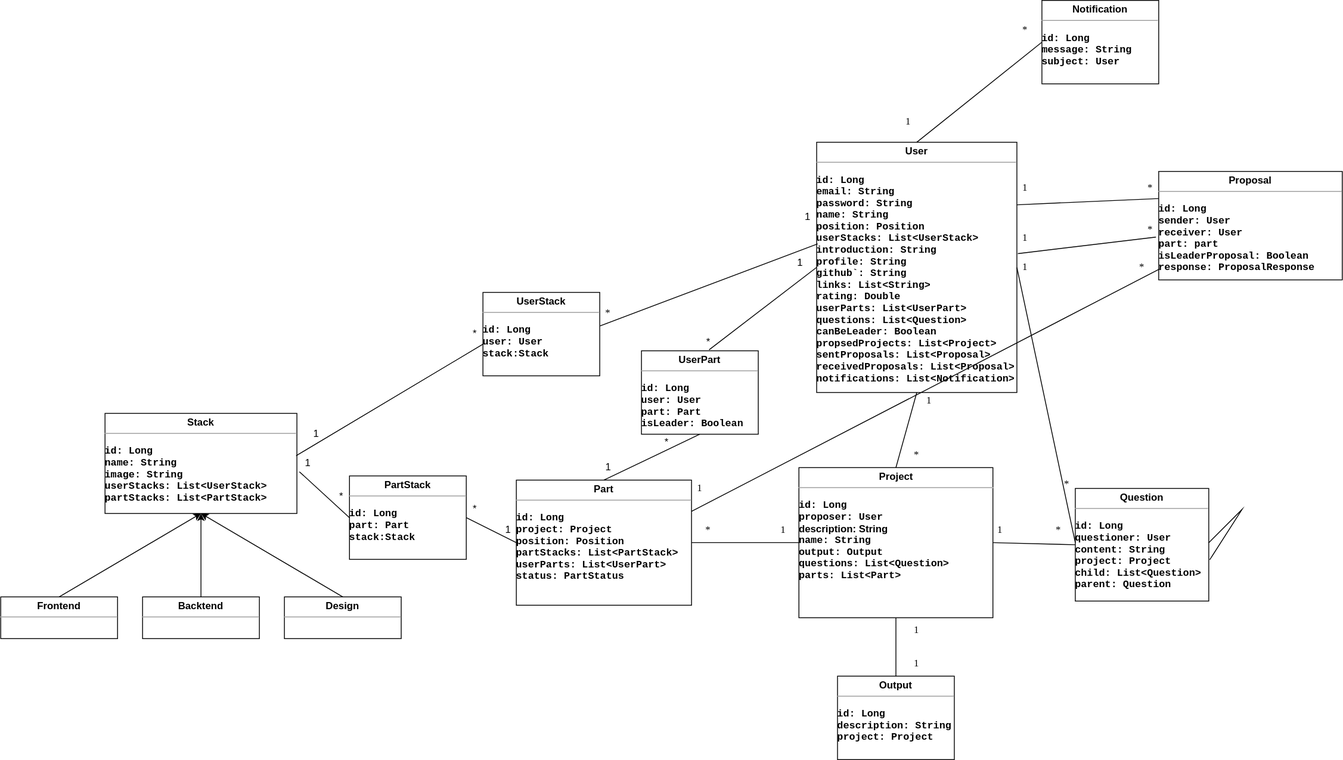
zelo0/cruit keeps this draw.io diagram as entity_diagram.drawio.svg. Above is the earlier version. Source tidied: cells renumbered, new cells last; positions are measured from the earlier drawing's top-left corner, leaving out a move shared by most shapes.
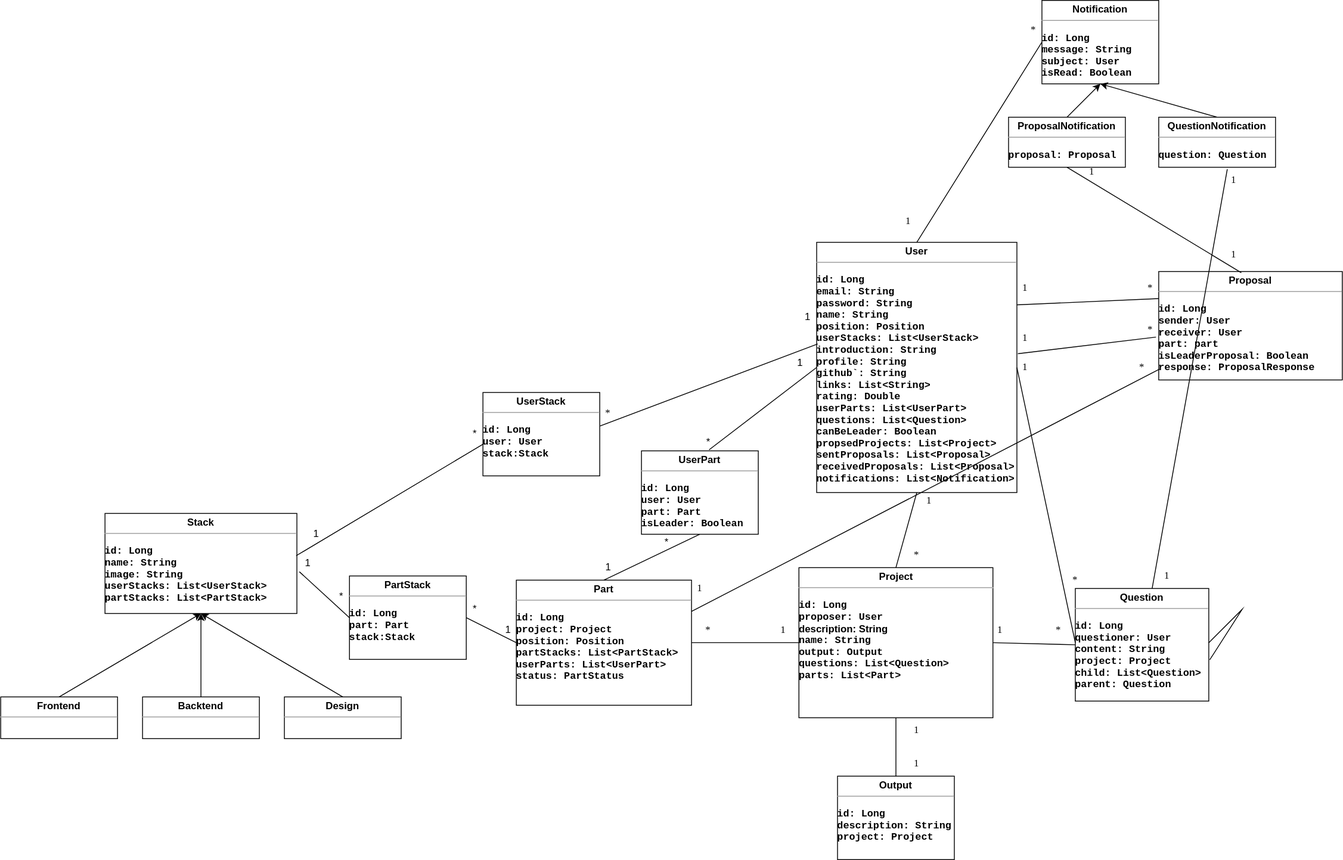
After the change.

Commit message:
notification 상속 클래스 추가

What changed in the source:
```diff
@@ -32,7 +32,7 @@
       <mxGeometry x="1198" y="305" width="60" height="30" as="geometry" />
     </mxCell>
     <mxCell id="11" value="*" style="text;html=1;strokeColor=none;fillColor=none;align=center;verticalAlign=middle;whiteSpace=wrap;rounded=0;labelBackgroundColor=none;labelBorderColor=none;sketch=0;fontFamily=Verdana;fontSize=12;" parent="1" vertex="1">
-      <mxGeometry x="1248" y="565" width="60" height="30" as="geometry" />
+      <mxGeometry x="1258" y="560" width="60" height="30" as="geometry" />
     </mxCell>
     <mxCell id="12" value="*" style="text;html=1;strokeColor=none;fillColor=none;align=center;verticalAlign=middle;whiteSpace=wrap;rounded=0;labelBackgroundColor=none;labelBorderColor=none;sketch=0;fontFamily=Verdana;fontSize=12;" parent="1" vertex="1">
       <mxGeometry x="1238" y="620" width="60" height="30" as="geometry" />
@@ -189,8 +189,8 @@
     <mxCell id="61" value="*" style="text;html=1;strokeColor=none;fillColor=none;align=center;verticalAlign=middle;whiteSpace=wrap;rounded=0;labelBackgroundColor=none;labelBorderColor=none;sketch=0;fontFamily=Verdana;fontSize=12;" parent="1" vertex="1">
       <mxGeometry x="1338" y="305" width="60" height="30" as="geometry" />
     </mxCell>
-    <mxCell id="62" value="&lt;p style=&quot;margin: 0px ; margin-top: 4px ; text-align: center&quot;&gt;&lt;b&gt;Notification&lt;/b&gt;&lt;/p&gt;&lt;hr size=&quot;1&quot;&gt;&lt;p&gt;&lt;/p&gt;&lt;pre style=&quot;height: 2px ; line-height: 1.5&quot;&gt;&lt;b&gt;id: Long&lt;/b&gt;&lt;/pre&gt;&lt;pre style=&quot;height: 2px ; line-height: 1.5&quot;&gt;&lt;b&gt;message: String&lt;/b&gt;&lt;/pre&gt;&lt;pre style=&quot;height: 2px ; line-height: 1.5&quot;&gt;&lt;b&gt;subject: User&lt;/b&gt;&lt;/pre&gt;&lt;p&gt;&lt;/p&gt;" style="verticalAlign=top;align=left;overflow=fill;fontSize=12;fontFamily=Helvetica;html=1;" parent="1" vertex="1">
-      <mxGeometry x="1248" width="140" height="100" as="geometry" />
+    <mxCell id="62" value="&lt;p style=&quot;margin: 0px ; margin-top: 4px ; text-align: center&quot;&gt;&lt;b&gt;Notification&lt;/b&gt;&lt;/p&gt;&lt;hr size=&quot;1&quot;&gt;&lt;p&gt;&lt;/p&gt;&lt;pre style=&quot;height: 2px ; line-height: 1.5&quot;&gt;&lt;b&gt;id: Long&lt;/b&gt;&lt;/pre&gt;&lt;pre style=&quot;height: 2px ; line-height: 1.5&quot;&gt;&lt;b&gt;message: String&lt;/b&gt;&lt;/pre&gt;&lt;pre style=&quot;height: 2px ; line-height: 1.5&quot;&gt;&lt;b&gt;subject: User&lt;/b&gt;&lt;/pre&gt;&lt;pre style=&quot;height: 2px ; line-height: 1.5&quot;&gt;&lt;b&gt;isRead: Boolean&lt;/b&gt;&lt;/pre&gt;&lt;p&gt;&lt;/p&gt;" style="verticalAlign=top;align=left;overflow=fill;fontSize=12;fontFamily=Helvetica;html=1;" parent="1" vertex="1">
+      <mxGeometry x="1248" y="-120" width="140" height="100" as="geometry" />
     </mxCell>
     <mxCell id="63" style="endArrow=none;html=1;rounded=0;entryX=0;entryY=0.5;entryDx=0;entryDy=0;" parent="1" edge="1" target="62">
       <mxGeometry relative="1" as="geometry">
@@ -201,7 +201,39 @@
       <mxGeometry x="1058" y="130" width="60" height="30" as="geometry" />
     </mxCell>
     <mxCell id="65" value="*" style="text;html=1;strokeColor=none;fillColor=none;align=center;verticalAlign=middle;whiteSpace=wrap;rounded=0;labelBackgroundColor=none;labelBorderColor=none;sketch=0;fontFamily=Verdana;fontSize=12;" parent="1" vertex="1">
-      <mxGeometry x="1198" y="20" width="60" height="30" as="geometry" />
+      <mxGeometry x="1208" y="-100" width="60" height="30" as="geometry" />
     </mxCell>
+    <mxCell id="66" style="endArrow=classic;html=1;rounded=0;entryX=0.5;entryY=1;entryDx=0;entryDy=0;exitX=0.5;exitY=0;exitDx=0;exitDy=0;" parent="1" edge="1" source="67" target="62">
+      <mxGeometry relative="1" as="geometry" />
+    </mxCell>
+    <mxCell id="67" value="&lt;p style=&quot;margin: 0px ; margin-top: 4px ; text-align: center&quot;&gt;&lt;b&gt;ProposalNotification&lt;/b&gt;&lt;/p&gt;&lt;hr size=&quot;1&quot;&gt;&lt;p&gt;&lt;/p&gt;&lt;pre style=&quot;height: 2px ; line-height: 1.5&quot;&gt;&lt;b&gt;proposal: Proposal&lt;/b&gt;&lt;/pre&gt;&lt;p&gt;&lt;/p&gt;" style="verticalAlign=top;align=left;overflow=fill;fontSize=12;fontFamily=Helvetica;html=1;" parent="1" vertex="1">
+      <mxGeometry x="1208" y="20" width="140" height="60" as="geometry" />
+    </mxCell>
+    <mxCell id="68" style="endArrow=classic;html=1;rounded=0;entryX=0.5;entryY=1;entryDx=0;entryDy=0;" parent="1" edge="1" target="62">
+      <mxGeometry relative="1" as="geometry">
+        <mxPoint x="1458" y="20" as="sourcePoint" />
+      </mxGeometry>
+    </mxCell>
+    <mxCell id="69" value="&lt;p style=&quot;margin: 0px ; margin-top: 4px ; text-align: center&quot;&gt;&lt;b&gt;QuestionNotification&lt;/b&gt;&lt;/p&gt;&lt;hr size=&quot;1&quot;&gt;&lt;p&gt;&lt;/p&gt;&lt;pre style=&quot;height: 2px ; line-height: 1.5&quot;&gt;&lt;b&gt;question: Question&lt;/b&gt;&lt;/pre&gt;&lt;p&gt;&lt;/p&gt;" style="verticalAlign=top;align=left;overflow=fill;fontSize=12;fontFamily=Helvetica;html=1;" parent="1" vertex="1">
+      <mxGeometry x="1388" y="20" width="140" height="60" as="geometry" />
+    </mxCell>
+    <mxCell id="70" style="endArrow=none;html=1;rounded=0;exitX=0.5;exitY=1;exitDx=0;exitDy=0;entryX=0.45;entryY=0.011;entryDx=0;entryDy=0;entryPerimeter=0;" parent="1" edge="1" source="67" target="52">
+      <mxGeometry relative="1" as="geometry" />
+    </mxCell>
+    <mxCell id="71" value="1" style="text;html=1;strokeColor=none;fillColor=none;align=center;verticalAlign=middle;whiteSpace=wrap;rounded=0;labelBackgroundColor=none;labelBorderColor=none;sketch=0;fontFamily=Verdana;fontSize=12;" parent="1" vertex="1">
+      <mxGeometry x="1278" y="70" width="60" height="30" as="geometry" />
+    </mxCell>
+    <mxCell id="72" value="&lt;span style=&quot;font-weight: normal&quot;&gt;1&lt;/span&gt;" style="text;html=1;strokeColor=none;fillColor=none;align=center;verticalAlign=middle;whiteSpace=wrap;rounded=0;labelBackgroundColor=none;labelBorderColor=none;sketch=0;fontFamily=Verdana;fontSize=12;fontStyle=1;" parent="1" vertex="1">
+      <mxGeometry x="1448" y="170" width="60" height="30" as="geometry" />
+    </mxCell>
+    <mxCell id="73" style="endArrow=none;html=1;rounded=0;exitX=0.587;exitY=1.04;exitDx=0;exitDy=0;exitPerimeter=0;" parent="1" edge="1" source="69" target="7">
+      <mxGeometry relative="1" as="geometry" />
+    </mxCell>
+    <mxCell id="74" value="&lt;span style=&quot;font-weight: normal&quot;&gt;1&lt;/span&gt;" style="text;html=1;strokeColor=none;fillColor=none;align=center;verticalAlign=middle;whiteSpace=wrap;rounded=0;labelBackgroundColor=none;labelBorderColor=none;sketch=0;fontFamily=Verdana;fontSize=12;fontStyle=1;" parent="1" vertex="1">
+      <mxGeometry x="1448" y="80" width="60" height="30" as="geometry" />
+    </mxCell>
+    <mxCell id="75" value="&lt;span style=&quot;font-weight: normal&quot;&gt;1&lt;/span&gt;" style="text;html=1;strokeColor=none;fillColor=none;align=center;verticalAlign=middle;whiteSpace=wrap;rounded=0;labelBackgroundColor=none;labelBorderColor=none;sketch=0;fontFamily=Verdana;fontSize=12;fontStyle=1;" parent="1" vertex="1">
+      <mxGeometry x="1368" y="555" width="60" height="30" as="geometry" />
+    </mxCell>
   </root>
 </mxGraphModel>
```
